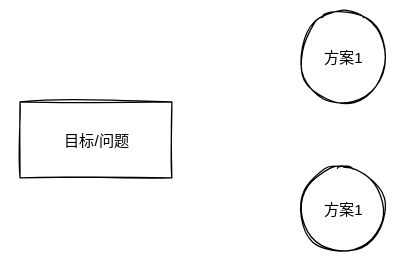
This is 笔记/学习方法/概念/Untitled Diagram.svg from Echo-Yanglulu/obsidianPrivateNote, a draw.io export, as it was before one commit. Source tidied: cells renumbered, new cells last; positions are measured from the earlier drawing's top-left corner, leaving out a move shared by most shapes.
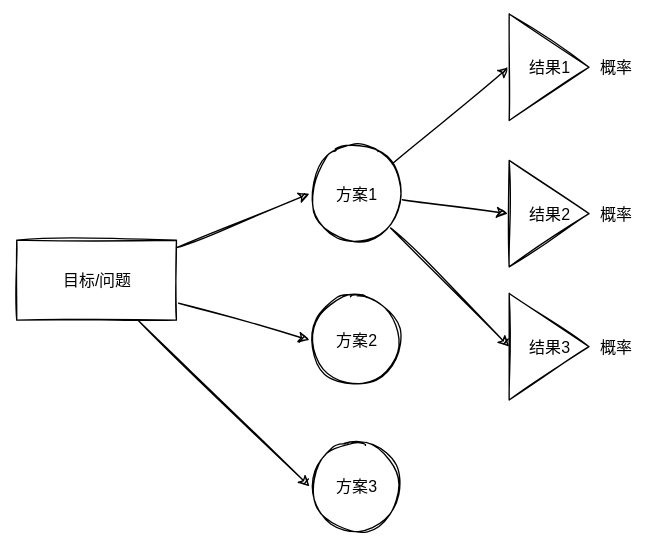
After the change.

What changed in the source:
```diff
@@ -2,14 +2,70 @@
   <root>
     <mxCell id="0" />
     <mxCell id="1" parent="0" />
+    <mxCell id="5" style="edgeStyle=none;html=1;entryX=0;entryY=0.5;entryDx=0;entryDy=0;" parent="1" edge="1" source="2" target="3">
+      <mxGeometry relative="1" as="geometry" />
+    </mxCell>
+    <mxCell id="6" style="edgeStyle=none;html=1;entryX=0;entryY=0.5;entryDx=0;entryDy=0;" parent="1" edge="1" source="2" target="4">
+      <mxGeometry relative="1" as="geometry" />
+    </mxCell>
+    <mxCell id="7" style="edgeStyle=none;html=1;entryX=0;entryY=0.5;entryDx=0;entryDy=0;" parent="1" edge="1" source="2" target="11">
+      <mxGeometry relative="1" as="geometry" />
+    </mxCell>
     <mxCell id="2" value="目标/问题" style="rounded=0;whiteSpace=wrap;html=1;" parent="1" vertex="1">
       <mxGeometry y="70" width="120" height="60" as="geometry" />
     </mxCell>
+    <mxCell id="8" style="edgeStyle=none;html=1;entryX=0;entryY=0.5;entryDx=0;entryDy=0;" parent="1" edge="1" source="3" target="13">
+      <mxGeometry relative="1" as="geometry" />
+    </mxCell>
+    <mxCell id="9" style="edgeStyle=none;html=1;" parent="1" edge="1" source="3">
+      <mxGeometry relative="1" as="geometry">
+        <mxPoint x="369" y="50" as="targetPoint" />
+      </mxGeometry>
+    </mxCell>
+    <mxCell id="10" style="edgeStyle=none;html=1;entryX=0;entryY=0.5;entryDx=0;entryDy=0;" parent="1" edge="1" source="3" target="20">
+      <mxGeometry relative="1" as="geometry" />
+    </mxCell>
     <mxCell id="3" value="方案1" style="ellipse;whiteSpace=wrap;html=1;" parent="1" vertex="1">
       <mxGeometry x="220" width="70" height="70" as="geometry" />
     </mxCell>
-    <mxCell id="4" value="方案1" style="ellipse;whiteSpace=wrap;html=1;" parent="1" vertex="1">
-      <mxGeometry x="220" y="120" width="70" height="70" as="geometry" />
+    <mxCell id="4" value="方案2" style="ellipse;whiteSpace=wrap;html=1;" parent="1" vertex="1">
+      <mxGeometry x="220" y="110" width="70" height="70" as="geometry" />
     </mxCell>
+    <mxCell id="11" value="方案3" style="ellipse;whiteSpace=wrap;html=1;" parent="1" vertex="1">
+      <mxGeometry x="220" y="220" width="70" height="70" as="geometry" />
+    </mxCell>
+    <mxCell id="12" style="group;" parent="1" vertex="1">
+      <mxGeometry x="370" y="-100" width="100" height="80" as="geometry" />
+    </mxCell>
+    <mxCell id="13" value="结果1" style="triangle;whiteSpace=wrap;html=1;" parent="12" vertex="1">
+      <mxGeometry width="60" height="80" as="geometry" />
+    </mxCell>
+    <mxCell id="14" value="概率" style="text;html=1;strokeColor=none;fillColor=none;align=center;verticalAlign=middle;whiteSpace=wrap;rounded=0;" parent="12" vertex="1">
+      <mxGeometry x="60" y="30" width="40" height="20" as="geometry" />
+    </mxCell>
+    <mxCell id="15" style="group;" parent="1" vertex="1">
+      <mxGeometry x="370" y="10" width="100" height="180" as="geometry" />
+    </mxCell>
+    <mxCell id="16" value="结果2" style="triangle;whiteSpace=wrap;html=1;" parent="15" vertex="1">
+      <mxGeometry width="60" height="80" as="geometry" />
+    </mxCell>
+    <mxCell id="17" style="edgeStyle=none;html=1;" parent="15" edge="1" source="18" target="16">
+      <mxGeometry relative="1" as="geometry" />
+    </mxCell>
+    <mxCell id="18" value="概率" style="text;html=1;strokeColor=none;fillColor=none;align=center;verticalAlign=middle;whiteSpace=wrap;rounded=0;" parent="15" vertex="1">
+      <mxGeometry x="60" y="30" width="40" height="20" as="geometry" />
+    </mxCell>
+    <mxCell id="19" style="group;" parent="15" vertex="1">
+      <mxGeometry y="100" width="100" height="80" as="geometry" />
+    </mxCell>
+    <mxCell id="20" value="结果3" style="triangle;whiteSpace=wrap;html=1;" parent="19" vertex="1">
+      <mxGeometry width="60" height="80" as="geometry" />
+    </mxCell>
+    <mxCell id="21" style="edgeStyle=none;html=1;" parent="19" edge="1" source="22" target="20">
+      <mxGeometry relative="1" as="geometry" />
+    </mxCell>
+    <mxCell id="22" value="概率" style="text;html=1;strokeColor=none;fillColor=none;align=center;verticalAlign=middle;whiteSpace=wrap;rounded=0;" parent="19" vertex="1">
+      <mxGeometry x="60" y="30" width="40" height="20" as="geometry" />
+    </mxCell>
   </root>
 </mxGraphModel>
```
